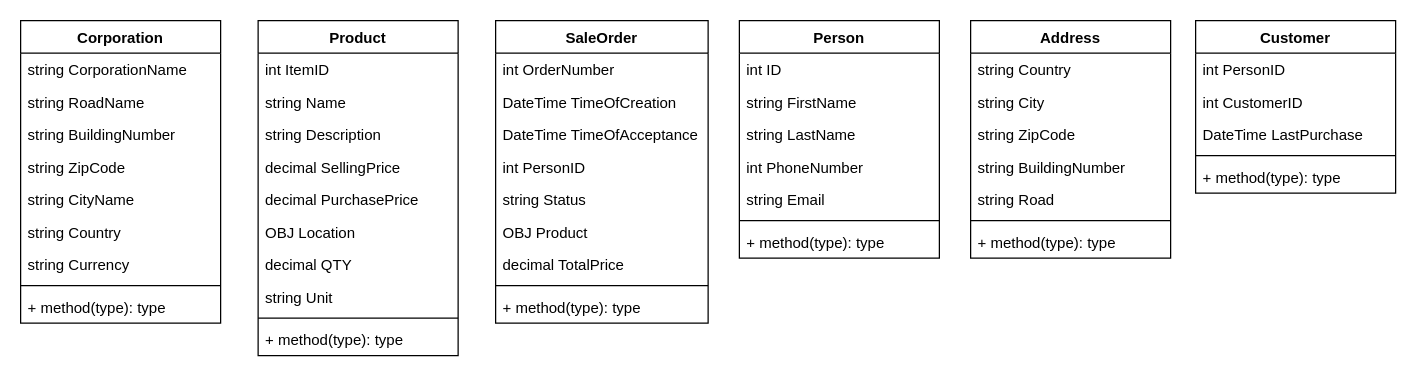
Above: docs/ERPRO(ClasseDiagarm) copy.drawio in jimdenseje/ERPRO (draw.io), before the change. Source tidied: cells renumbered, new cells numbered last; positions are measured from the earlier drawing's top-left corner, leaving out a move shared by most shapes. Both pictures are drawn from the tidied source at 125%, with x=0, y=0 at pixel (20, 20).
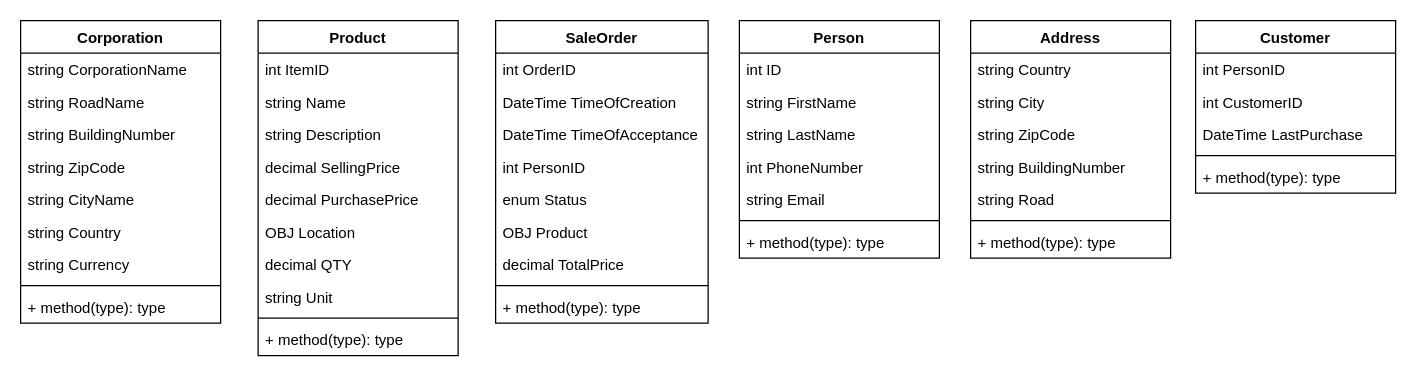
The same page after the edit.

Unchanged cells that the change refers to:
```xml
<mxCell id="8" value="SaleOrder" style="swimlane;fontStyle=1;align=center;verticalAlign=top;horizontal=1;startSize=26;" parent="1" vertex="1">
  <mxGeometry x="380" width="170" height="242" as="geometry" />
</mxCell>
```

Diff of the diagram source:
```diff
@@
-    <mxCell id="9" value="int OrderNumber" style="text;strokeColor=none;fillColor=none;align=left;verticalAlign=top;spacingLeft=4;spacingRight=4;overflow=hidden;" parent="8" vertex="1">
+    <mxCell id="9" value="int OrderID" style="text;strokeColor=none;fillColor=none;align=left;verticalAlign=top;spacingLeft=4;spacingRight=4;overflow=hidden;" parent="8" vertex="1">
       <mxGeometry y="26" width="170" height="26" as="geometry" />
     </mxCell>
@@
-    <mxCell id="13" value="string Status" style="text;strokeColor=none;fillColor=none;align=left;verticalAlign=top;spacingLeft=4;spacingRight=4;overflow=hidden;" parent="8" vertex="1">
+    <mxCell id="13" value="enum Status" style="text;strokeColor=none;fillColor=none;align=left;verticalAlign=top;spacingLeft=4;spacingRight=4;overflow=hidden;" parent="8" vertex="1">
       <mxGeometry y="130" width="170" height="26" as="geometry" />
     </mxCell>
```
